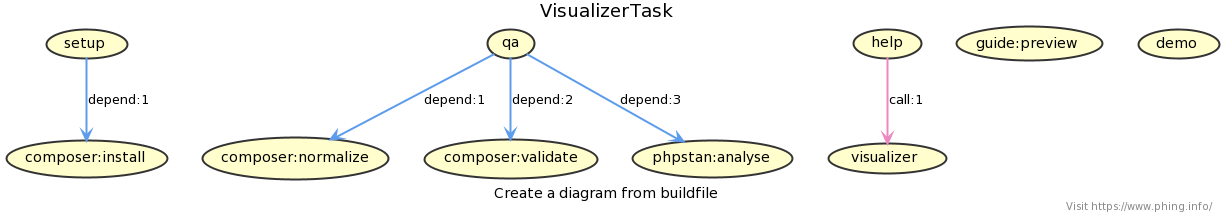
phingofficial/phing keeps this PlantUML diagram as build.png. Above is the earlier version.
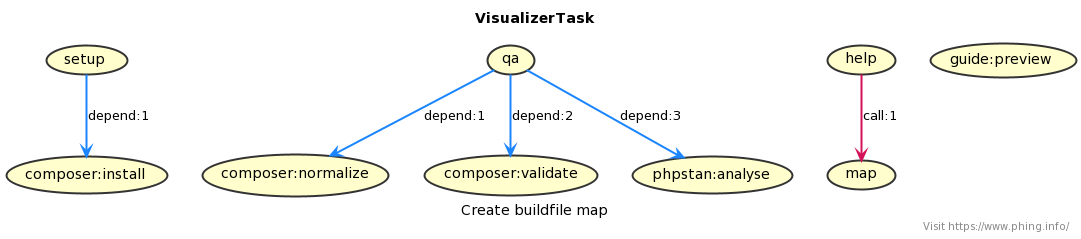
Later version of the same file.

Change to the diagram source:
```diff
@@ -4,7 +4,7 @@
 end title
 
 caption
-Create a diagram from buildfile
+Create buildfile map
 end caption
 
 right footer
@@ -22,19 +22,18 @@
 skinparam UseCaseFontColor Black
 
 
-(setup) -[#5D9CEC]-> (composer:install) : depend:1
-(qa) -[#5D9CEC]-> (composer:normalize) : depend:1
-(qa) -[#5D9CEC]-> (composer:validate) : depend:2
-(qa) -[#5D9CEC]-> (phpstan:analyse) : depend:3
-(help) -[#EC87C0]-> (visualizer) : call:1
+(setup) -[#1A85FF]-> (composer:install) : depend:1
+(qa) -[#1A85FF]-> (composer:normalize) : depend:1
+(qa) -[#1A85FF]-> (composer:validate) : depend:2
+(qa) -[#1A85FF]-> (phpstan:analyse) : depend:3
+(help) -[#D41159]-> (map) : call:1
 (setup)
 (qa)
 (help)
-(visualizer)
+(map)
 (composer:normalize)
 (composer:install)
 (composer:validate)
 (phpstan:analyse)
 (guide:preview)
-(demo)
 @enduml
```
